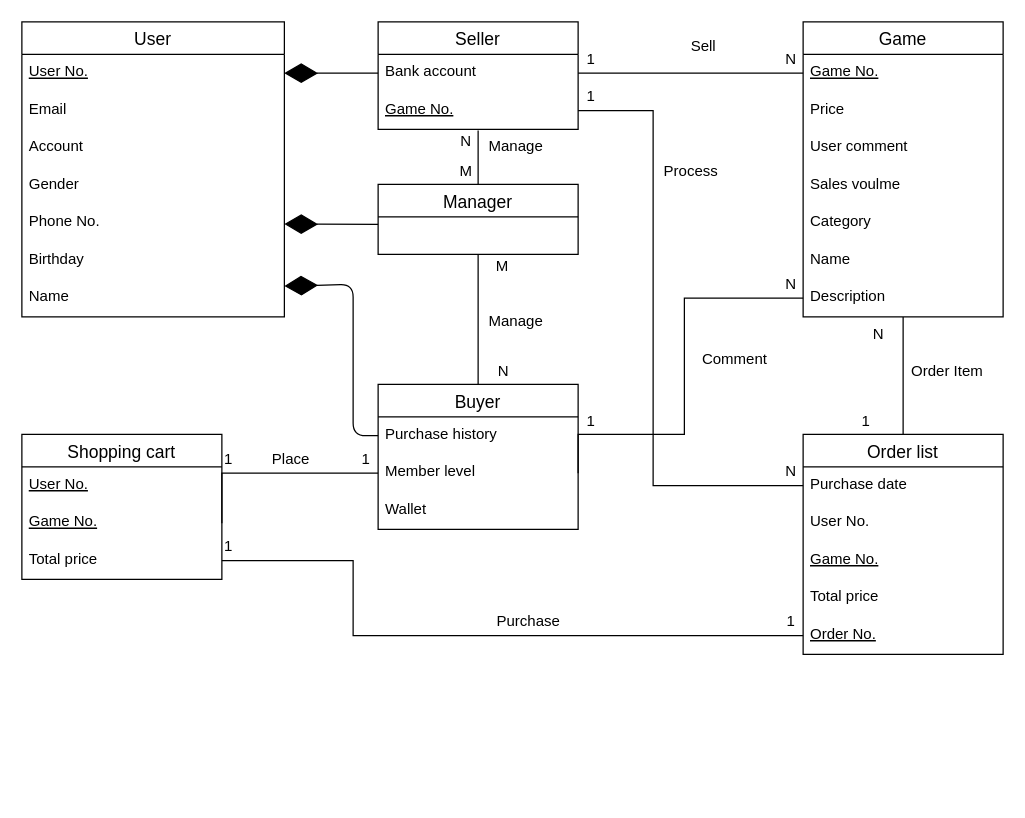
Above: page "Database Schema" (3 of 3) of DBMS.drawio in 13urgerKing/109-1DBMS (draw.io), before the change. Source tidied: cells renumbered, new cells numbered last; positions are measured from the earlier drawing's top-left corner, leaving out a move shared by most shapes. Both pictures are drawn from the tidied source at 125%, with x=0, y=0 at pixel (21, 21).
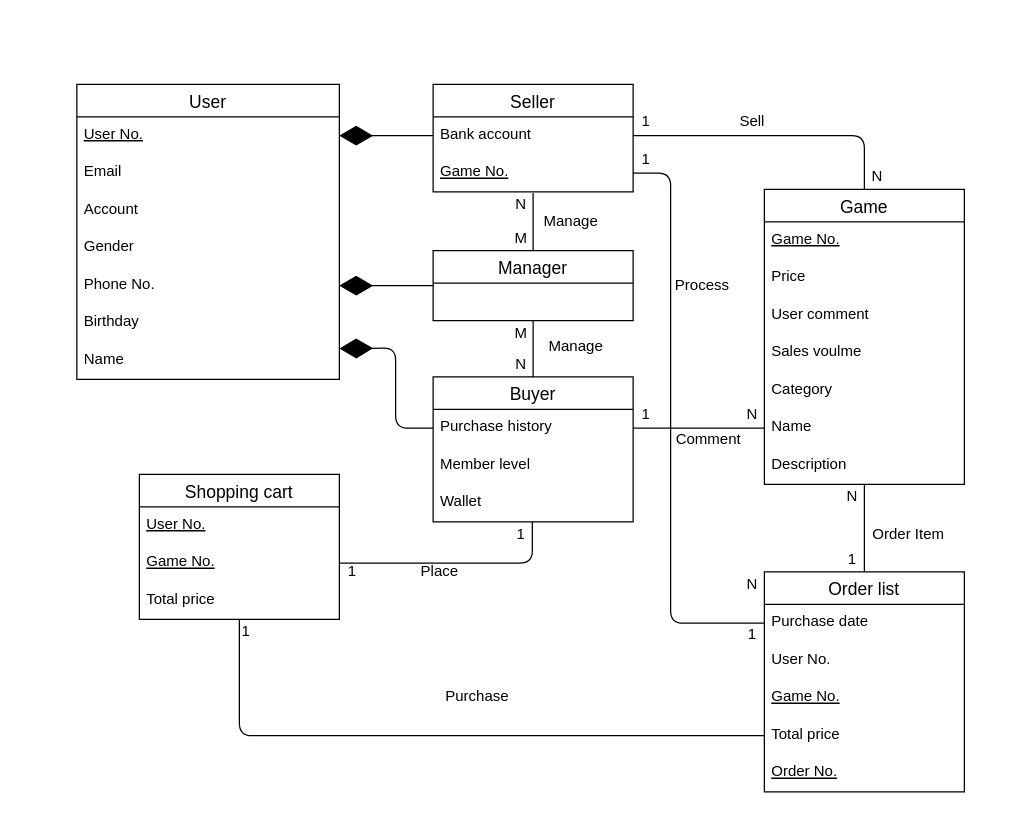
The same page after the edit.

Unchanged cells that the change refers to:
```xml
<mxCell id="7" value="Phone No." style="text;strokeColor=none;fillColor=none;spacingLeft=4;spacingRight=4;overflow=hidden;points=[[0,0.5],[1,0.5]];portConstraint=eastwest;fontSize=12;" parent="2" vertex="1">
  <mxGeometry y="146" width="210" height="30" as="geometry" />
</mxCell>
<mxCell id="14" value="Purchase history" style="text;strokeColor=none;fillColor=none;spacingLeft=4;spacingRight=4;overflow=hidden;points=[[0,0.5],[1,0.5]];portConstraint=eastwest;fontSize=12;" parent="13" vertex="1">
  <mxGeometry y="26" width="160" height="30" as="geometry" />
</mxCell>
<mxCell id="15" value="Member level" style="text;strokeColor=none;fillColor=none;spacingLeft=4;spacingRight=4;overflow=hidden;points=[[0,0.5],[1,0.5]];portConstraint=eastwest;fontSize=12;" parent="13" vertex="1">
  <mxGeometry y="56" width="160" height="30" as="geometry" />
</mxCell>
<mxCell id="16" value="Wallet" style="text;strokeColor=none;fillColor=none;spacingLeft=4;spacingRight=4;overflow=hidden;points=[[0,0.5],[1,0.5]];portConstraint=eastwest;fontSize=12;" parent="13" vertex="1">
  <mxGeometry y="86" width="160" height="30" as="geometry" />
</mxCell>
<mxCell id="20" value="Total price" style="text;strokeColor=none;fillColor=none;spacingLeft=4;spacingRight=4;overflow=hidden;points=[[0,0.5],[1,0.5]];portConstraint=eastwest;fontSize=12;" parent="17" vertex="1">
  <mxGeometry y="86" width="160" height="30" as="geometry" />
</mxCell>
<mxCell id="23" value="Purchase date" style="text;strokeColor=none;fillColor=none;spacingLeft=4;spacingRight=4;overflow=hidden;points=[[0,0.5],[1,0.5]];portConstraint=eastwest;fontSize=12;" parent="22" vertex="1">
  <mxGeometry y="26" width="160" height="30" as="geometry" />
</mxCell>
<mxCell id="26" value="Total price" style="text;strokeColor=none;fillColor=none;spacingLeft=4;spacingRight=4;overflow=hidden;points=[[0,0.5],[1,0.5]];portConstraint=eastwest;fontSize=12;" parent="22" vertex="1">
  <mxGeometry y="116" width="160" height="30" as="geometry" />
</mxCell>
<mxCell id="27" value="Order No." style="text;strokeColor=none;fillColor=none;spacingLeft=4;spacingRight=4;overflow=hidden;points=[[0,0.5],[1,0.5]];portConstraint=eastwest;fontSize=12;fontStyle=4;" parent="22" vertex="1">
  <mxGeometry y="146" width="160" height="30" as="geometry" />
</mxCell>
<mxCell id="29" value="Game No." style="text;strokeColor=none;fillColor=none;spacingLeft=4;spacingRight=4;overflow=hidden;points=[[0,0.5],[1,0.5]];portConstraint=eastwest;fontSize=12;fontStyle=4;" parent="28" vertex="1">
  <mxGeometry y="26" width="160" height="30" as="geometry" />
</mxCell>
<mxCell id="34" value="Name" style="text;strokeColor=none;fillColor=none;spacingLeft=4;spacingRight=4;overflow=hidden;points=[[0,0.5],[1,0.5]];portConstraint=eastwest;fontSize=12;" parent="28" vertex="1">
  <mxGeometry y="176" width="160" height="30" as="geometry" />
</mxCell>
<mxCell id="35" value="Description" style="text;strokeColor=none;fillColor=none;spacingLeft=4;spacingRight=4;overflow=hidden;points=[[0,0.5],[1,0.5]];portConstraint=eastwest;fontSize=12;" parent="28" vertex="1">
  <mxGeometry y="206" width="160" height="30" as="geometry" />
</mxCell>
<mxCell id="37" value="Bank account" style="text;strokeColor=none;fillColor=none;spacingLeft=4;spacingRight=4;overflow=hidden;points=[[0,0.5],[1,0.5]];portConstraint=eastwest;fontSize=12;" parent="36" vertex="1">
  <mxGeometry y="26" width="160" height="30" as="geometry" />
</mxCell>
```

Diff of the diagram source:
```diff
@@
     <mxCell id="2" value="User" style="swimlane;fontStyle=0;horizontal=1;startSize=26;align=center;fontSize=14;" parent="1" vertex="1">
-      <mxGeometry width="210" height="236" as="geometry" />
+      <mxGeometry x="44" y="50" width="210" height="236" as="geometry" />
     </mxCell>
@@
-    <mxCell id="10" style="edgeStyle=orthogonalEdgeStyle;rounded=0;jettySize=auto;html=1;exitX=0.5;exitY=0;exitDx=0;exitDy=0;entryX=0.5;entryY=1.033;entryDx=0;entryDy=0;entryPerimeter=0;endArrow=none;endFill=0;strokeWidth=1;" parent="1" edge="1" source="12" target="38">
-      <mxGeometry relative="1" as="geometry" />
-    </mxCell>
-    <mxCell id="11" style="edgeStyle=orthogonalEdgeStyle;rounded=0;jettySize=auto;html=1;exitX=0.5;exitY=1;exitDx=0;exitDy=0;endArrow=none;endFill=0;strokeWidth=1;" parent="1" edge="1" source="12" target="13">
-      <mxGeometry relative="1" as="geometry" />
-    </mxCell>
+    <mxCell id="71" style="edgeStyle=orthogonalEdgeStyle;rounded=0;jettySize=auto;html=1;exitX=0.5;exitY=0;exitDx=0;exitDy=0;entryX=0.5;entryY=1.033;entryDx=0;entryDy=0;entryPerimeter=0;endArrow=none;endFill=0;strokeWidth=1;" parent="1" edge="1" source="12" target="74">
+      <mxGeometry relative="1" as="geometry" />
+    </mxCell>
     <mxCell id="12" value="Manager" style="swimlane;fontStyle=0;horizontal=1;startSize=26;align=center;fontSize=14;" parent="1" vertex="1">
-      <mxGeometry x="285" y="130" width="160" height="56" as="geometry" />
+      <mxGeometry x="329" y="183" width="160" height="56" as="geometry" />
     </mxCell>
+    <mxCell id="72" style="edgeStyle=orthogonalEdgeStyle;rounded=0;jettySize=auto;html=1;exitX=0.5;exitY=0;exitDx=0;exitDy=0;entryX=0.5;entryY=1;entryDx=0;entryDy=0;endArrow=none;endFill=0;" parent="1" edge="1" source="13" target="12">
+      <mxGeometry relative="1" as="geometry" />
+    </mxCell>
     <mxCell id="13" value="Buyer" style="swimlane;fontStyle=0;horizontal=1;startSize=26;align=center;fontSize=14;" parent="1" vertex="1">
-      <mxGeometry x="285" y="290" width="160" height="116" as="geometry" />
+      <mxGeometry x="329" y="284" width="160" height="116" as="geometry" />
     </mxCell>
@@
     <mxCell id="17" value="Shopping cart" style="swimlane;fontStyle=0;horizontal=1;startSize=26;align=center;fontSize=14;" parent="1" vertex="1">
-      <mxGeometry y="330" width="160" height="116" as="geometry" />
+      <mxGeometry x="94" y="362" width="160" height="116" as="geometry" />
     </mxCell>
@@
-    <mxCell id="19" value="Game No." style="text;strokeColor=none;fillColor=none;spacingLeft=4;spacingRight=4;overflow=hidden;points=[[0,0.5],[1,0.5]];portConstraint=eastwest;fontSize=12;fontStyle=4;" parent="17" vertex="1">
-      <mxGeometry y="56" width="160" height="30" as="geometry" />
-    </mxCell>
+    <mxCell id="73" value="Game No." style="text;strokeColor=none;fillColor=none;spacingLeft=4;spacingRight=4;overflow=hidden;points=[[0,0.5],[1,0.5]];portConstraint=eastwest;fontSize=12;fontStyle=4;" parent="17" vertex="1">
+      <mxGeometry y="56" width="160" height="30" as="geometry" />
+    </mxCell>
@@
     <mxCell id="22" value="Order list" style="swimlane;fontStyle=0;horizontal=1;startSize=26;align=center;fontSize=14;" parent="1" vertex="1">
-      <mxGeometry x="625" y="330" width="160" height="176" as="geometry" />
+      <mxGeometry x="594" y="440" width="160" height="176" as="geometry" />
     </mxCell>
@@
     <mxCell id="28" value="Game" style="swimlane;fontStyle=0;horizontal=1;startSize=26;align=center;fontSize=14;" parent="1" vertex="1">
-      <mxGeometry x="625" width="160" height="236" as="geometry" />
+      <mxGeometry x="594" y="134" width="160" height="236" as="geometry" />
     </mxCell>
@@
     <mxCell id="36" value="Seller" style="swimlane;fontStyle=0;horizontal=1;startSize=26;align=center;fontSize=14;" parent="1" vertex="1">
-      <mxGeometry x="285" width="160" height="86" as="geometry" />
+      <mxGeometry x="329" y="50" width="160" height="86" as="geometry" />
     </mxCell>
@@
-    <mxCell id="38" value="Game No." style="text;strokeColor=none;fillColor=none;spacingLeft=4;spacingRight=4;overflow=hidden;points=[[0,0.5],[1,0.5]];portConstraint=eastwest;fontSize=12;fontStyle=4;" parent="36" vertex="1">
-      <mxGeometry y="56" width="160" height="30" as="geometry" />
-    </mxCell>
+    <mxCell id="74" value="Game No." style="text;strokeColor=none;fillColor=none;spacingLeft=4;spacingRight=4;overflow=hidden;points=[[0,0.5],[1,0.5]];portConstraint=eastwest;fontSize=12;fontStyle=4;" parent="36" vertex="1">
+      <mxGeometry y="56" width="160" height="30" as="geometry" />
+    </mxCell>
     <mxCell id="39" value="Sell" style="text;html=1;align=center;verticalAlign=middle;" parent="1" vertex="1">
-      <mxGeometry x="525" y="10" width="40" height="20" as="geometry" />
+      <mxGeometry x="564" y="70" width="40" height="20" as="geometry" />
     </mxCell>
-    <mxCell id="40" style="edgeStyle=orthogonalEdgeStyle;rounded=0;jettySize=auto;html=1;exitX=1;exitY=0.5;exitDx=0;exitDy=0;entryX=0;entryY=0.5;entryDx=0;entryDy=0;endArrow=none;endFill=0;strokeWidth=1;" parent="1" edge="1" source="19" target="15">
-      <mxGeometry relative="1" as="geometry">
-        <Array as="points">
-          <mxPoint x="160" y="361" />
-        </Array>
-      </mxGeometry>
-    </mxCell>
-    <mxCell id="41" style="edgeStyle=orthogonalEdgeStyle;rounded=0;jettySize=auto;html=1;exitX=1;exitY=0.5;exitDx=0;exitDy=0;entryX=0;entryY=0.5;entryDx=0;entryDy=0;endArrow=none;endFill=0;strokeWidth=1;" parent="1" edge="1" source="15" target="35">
-      <mxGeometry relative="1" as="geometry">
-        <Array as="points">
-          <mxPoint x="445" y="330" />
-          <mxPoint x="530" y="330" />
-          <mxPoint x="530" y="221" />
-        </Array>
-      </mxGeometry>
-    </mxCell>
-    <mxCell id="42" style="edgeStyle=orthogonalEdgeStyle;rounded=0;jettySize=auto;html=1;exitX=1;exitY=0.5;exitDx=0;exitDy=0;entryX=0;entryY=0.5;entryDx=0;entryDy=0;endArrow=none;endFill=0;strokeWidth=1;" parent="1" edge="1" source="37" target="29">
-      <mxGeometry relative="1" as="geometry" />
-    </mxCell>
-    <mxCell id="43" style="edgeStyle=orthogonalEdgeStyle;rounded=0;jettySize=auto;html=1;exitX=1;exitY=0.5;exitDx=0;exitDy=0;endArrow=none;endFill=0;strokeWidth=1;" parent="1" edge="1" source="38" target="23">
-      <mxGeometry relative="1" as="geometry">
-        <Array as="points">
-          <mxPoint x="505" y="71" />
-          <mxPoint x="505" y="371" />
-        </Array>
-      </mxGeometry>
-    </mxCell>
-    <mxCell id="44" style="edgeStyle=orthogonalEdgeStyle;rounded=0;jettySize=auto;html=1;exitX=1;exitY=0.5;exitDx=0;exitDy=0;entryX=0;entryY=0.5;entryDx=0;entryDy=0;endArrow=none;endFill=0;strokeWidth=1;" parent="1" edge="1" source="20" target="27">
-      <mxGeometry relative="1" as="geometry">
-        <Array as="points">
-          <mxPoint x="265" y="431" />
-          <mxPoint x="265" y="491" />
-        </Array>
-      </mxGeometry>
-    </mxCell>
+    <mxCell id="75" style="edgeStyle=orthogonalEdgeStyle;rounded=1;jettySize=auto;html=1;endArrow=none;endFill=0;strokeWidth=1;exitX=1;exitY=0.5;exitDx=0;exitDy=0;entryX=0;entryY=0.5;entryDx=0;entryDy=0;" parent="1" edge="1" source="14" target="34">
+      <mxGeometry relative="1" as="geometry">
+        <Array as="points">
+          <mxPoint x="539" y="325" />
+          <mxPoint x="539" y="325" />
+        </Array>
+      </mxGeometry>
+    </mxCell>
+    <mxCell id="76" style="edgeStyle=orthogonalEdgeStyle;rounded=1;jettySize=auto;html=1;exitX=1;exitY=0.5;exitDx=0;exitDy=0;entryX=0.5;entryY=0;entryDx=0;entryDy=0;endArrow=none;endFill=0;strokeWidth=1;" parent="1" edge="1" source="37" target="28">
+      <mxGeometry relative="1" as="geometry" />
+    </mxCell>
+    <mxCell id="77" style="edgeStyle=orthogonalEdgeStyle;rounded=1;jettySize=auto;html=1;exitX=1;exitY=0.5;exitDx=0;exitDy=0;endArrow=none;endFill=0;strokeWidth=1;" parent="1" edge="1" source="74" target="23">
+      <mxGeometry relative="1" as="geometry">
+        <Array as="points">
+          <mxPoint x="519" y="121" />
+          <mxPoint x="519" y="481" />
+        </Array>
+      </mxGeometry>
+    </mxCell>
@@
-    <mxCell id="46" style="endArrow=diamondThin;endFill=1;endSize=24;html=1;exitX=0;exitY=0.5;exitDx=0;exitDy=0;" parent="1" edge="1" source="14">
-      <mxGeometry relative="1" as="geometry">
-        <mxPoint x="210" y="211.4" as="targetPoint" />
-        <Array as="points">
-          <mxPoint x="265" y="331" />
-          <mxPoint x="265" y="270" />
-          <mxPoint x="265" y="210" />
-        </Array>
-      </mxGeometry>
-    </mxCell>
-    <mxCell id="47" value="1" style="text;html=1;align=center;verticalAlign=middle;" parent="1" vertex="1">
-      <mxGeometry x="445" y="20" width="20" height="20" as="geometry" />
-    </mxCell>
-    <mxCell id="48" value="N" style="text;html=1;align=center;verticalAlign=middle;" parent="1" vertex="1">
-      <mxGeometry x="605" y="20" width="20" height="20" as="geometry" />
-    </mxCell>
-    <mxCell id="49" value="1" style="text;html=1;align=center;verticalAlign=middle;" parent="1" vertex="1">
-      <mxGeometry x="445" y="50" width="20" height="20" as="geometry" />
-    </mxCell>
-    <mxCell id="50" value="N" style="text;html=1;align=center;verticalAlign=middle;" parent="1" vertex="1">
-      <mxGeometry x="605" y="350" width="20" height="20" as="geometry" />
-    </mxCell>
+    <mxCell id="78" style="endArrow=diamondThin;endFill=1;endSize=24;html=1;exitX=0;exitY=0.5;exitDx=0;exitDy=0;" parent="1" edge="1" source="14">
+      <mxGeometry relative="1" as="geometry">
+        <mxPoint x="254" y="261.4" as="targetPoint" />
+        <Array as="points">
+          <mxPoint x="299" y="325" />
+          <mxPoint x="299" y="290" />
+          <mxPoint x="299" y="261" />
+        </Array>
+      </mxGeometry>
+    </mxCell>
+    <mxCell id="79" value="1" style="text;html=1;align=center;verticalAlign=middle;" parent="1" vertex="1">
+      <mxGeometry x="489" y="70" width="20" height="20" as="geometry" />
+    </mxCell>
+    <mxCell id="80" value="N" style="text;html=1;align=center;verticalAlign=middle;" parent="1" vertex="1">
+      <mxGeometry x="674" y="114" width="20" height="20" as="geometry" />
+    </mxCell>
+    <mxCell id="81" value="1" style="text;html=1;align=center;verticalAlign=middle;" parent="1" vertex="1">
+      <mxGeometry x="489" y="100" width="20" height="20" as="geometry" />
+    </mxCell>
+    <mxCell id="82" value="N" style="text;html=1;align=center;verticalAlign=middle;" parent="1" vertex="1">
+      <mxGeometry x="574" y="440" width="20" height="20" as="geometry" />
+    </mxCell>
     <mxCell id="51" value="Process" style="text;html=1;align=center;verticalAlign=middle;" parent="1" vertex="1">
-      <mxGeometry x="505" y="110" width="60" height="20" as="geometry" />
+      <mxGeometry x="514" y="201" width="60" height="20" as="geometry" />
     </mxCell>
-    <mxCell id="52" value="Manage" style="text;html=1;align=center;verticalAlign=middle;" parent="1" vertex="1">
-      <mxGeometry x="365" y="90" width="60" height="20" as="geometry" />
-    </mxCell>
-    <mxCell id="53" value="Manage" style="text;html=1;align=center;verticalAlign=middle;" parent="1" vertex="1">
-      <mxGeometry x="365" y="230" width="60" height="20" as="geometry" />
-    </mxCell>
-    <mxCell id="54" value="M" style="text;html=1;align=center;verticalAlign=middle;" parent="1" vertex="1">
-      <mxGeometry x="369" y="186" width="30" height="20" as="geometry" />
-    </mxCell>
-    <mxCell id="55" value="N" style="text;html=1;align=center;verticalAlign=middle;" parent="1" vertex="1">
-      <mxGeometry x="375" y="270" width="20" height="20" as="geometry" />
-    </mxCell>
-    <mxCell id="56" style="endArrow=diamondThin;endFill=1;endSize=24;html=1;" parent="1" edge="1">
-      <mxGeometry relative="1" as="geometry">
-        <mxPoint x="285" y="162" as="sourcePoint" />
-        <mxPoint x="210" y="161.7" as="targetPoint" />
-      </mxGeometry>
-    </mxCell>
-    <mxCell id="57" value="M" style="text;html=1;align=center;verticalAlign=middle;" parent="1" vertex="1">
-      <mxGeometry x="340" y="110" width="30" height="20" as="geometry" />
-    </mxCell>
-    <mxCell id="58" value="N" style="text;html=1;align=center;verticalAlign=middle;" parent="1" vertex="1">
-      <mxGeometry x="345" y="86" width="20" height="20" as="geometry" />
-    </mxCell>
+    <mxCell id="83" value="Manage" style="text;html=1;align=center;verticalAlign=middle;" parent="1" vertex="1">
+      <mxGeometry x="409" y="150" width="60" height="20" as="geometry" />
+    </mxCell>
+    <mxCell id="84" value="Manage" style="text;html=1;align=center;verticalAlign=middle;" parent="1" vertex="1">
+      <mxGeometry x="413" y="250" width="60" height="20" as="geometry" />
+    </mxCell>
+    <mxCell id="85" value="N" style="text;html=1;align=center;verticalAlign=middle;" parent="1" vertex="1">
+      <mxGeometry x="389" y="264" width="20" height="20" as="geometry" />
+    </mxCell>
+    <mxCell id="86" style="endArrow=diamondThin;endFill=1;endSize=24;html=1;entryX=1;entryY=0.5;entryDx=0;entryDy=0;exitX=0;exitY=0.5;exitDx=0;exitDy=0;" parent="1" edge="1" source="12" target="7">
+      <mxGeometry relative="1" as="geometry" />
+    </mxCell>
+    <mxCell id="87" value="M" style="text;html=1;align=center;verticalAlign=middle;" parent="1" vertex="1">
+      <mxGeometry x="384" y="163" width="30" height="20" as="geometry" />
+    </mxCell>
+    <mxCell id="88" value="N" style="text;html=1;align=center;verticalAlign=middle;" parent="1" vertex="1">
+      <mxGeometry x="389" y="136" width="20" height="20" as="geometry" />
+    </mxCell>
     <mxCell id="59" value="Place" style="text;html=1;align=center;verticalAlign=middle;" parent="1" vertex="1">
-      <mxGeometry x="190" y="340" width="50" height="20" as="geometry" />
+      <mxGeometry x="309" y="430" width="50" height="20" as="geometry" />
     </mxCell>
-    <mxCell id="60" value="1" style="text;html=1;align=center;verticalAlign=middle;" parent="1" vertex="1">
-      <mxGeometry x="265" y="340" width="20" height="20" as="geometry" />
-    </mxCell>
-    <mxCell id="61" value="1" style="text;html=1;align=center;verticalAlign=middle;" parent="1" vertex="1">
-      <mxGeometry x="155" y="340" width="20" height="20" as="geometry" />
-    </mxCell>
+    <mxCell id="89" value="1" style="text;html=1;align=center;verticalAlign=middle;" parent="1" vertex="1">
+      <mxGeometry x="389" y="400" width="20" height="20" as="geometry" />
+    </mxCell>
+    <mxCell id="90" value="1" style="text;html=1;align=center;verticalAlign=middle;" parent="1" vertex="1">
+      <mxGeometry x="254" y="430" width="20" height="20" as="geometry" />
+    </mxCell>
     <mxCell id="62" value="Comment" style="text;html=1;align=center;verticalAlign=middle;" parent="1" vertex="1">
-      <mxGeometry x="535" y="260" width="70" height="20" as="geometry" />
+      <mxGeometry x="514" y="324" width="70" height="20" as="geometry" />
     </mxCell>
-    <mxCell id="63" value="1" style="text;html=1;align=center;verticalAlign=middle;" parent="1" vertex="1">
-      <mxGeometry x="445" y="310" width="20" height="20" as="geometry" />
-    </mxCell>
-    <mxCell id="64" value="N" style="text;html=1;align=center;verticalAlign=middle;" parent="1" vertex="1">
-      <mxGeometry x="605" y="200" width="20" height="20" as="geometry" />
-    </mxCell>
+    <mxCell id="91" value="1" style="text;html=1;align=center;verticalAlign=middle;" parent="1" vertex="1">
+      <mxGeometry x="489" y="304" width="20" height="20" as="geometry" />
+    </mxCell>
+    <mxCell id="92" value="N" style="text;html=1;align=center;verticalAlign=middle;" parent="1" vertex="1">
+      <mxGeometry x="574" y="304" width="20" height="20" as="geometry" />
+    </mxCell>
     <mxCell id="65" value="Purchase" style="text;html=1;align=center;verticalAlign=middle;" parent="1" vertex="1">
-      <mxGeometry x="370" y="470" width="70" height="20" as="geometry" />
+      <mxGeometry x="329" y="530" width="70" height="20" as="geometry" />
     </mxCell>
-    <mxCell id="66" value="1" style="text;html=1;align=center;verticalAlign=middle;" parent="1" vertex="1">
-      <mxGeometry x="155" y="410" width="20" height="20" as="geometry" />
-    </mxCell>
-    <mxCell id="67" value="1" style="text;html=1;align=center;verticalAlign=middle;" parent="1" vertex="1">
-      <mxGeometry x="605" y="470" width="20" height="20" as="geometry" />
-    </mxCell>
+    <mxCell id="93" value="1" style="text;html=1;align=center;verticalAlign=middle;" parent="1" vertex="1">
+      <mxGeometry x="169" y="478" width="20" height="20" as="geometry" />
+    </mxCell>
+    <mxCell id="94" value="1" style="text;html=1;align=center;verticalAlign=middle;" parent="1" vertex="1">
+      <mxGeometry x="574" y="480" width="20" height="20" as="geometry" />
+    </mxCell>
     <mxCell id="68" value="Order Item" style="text;html=1;align=center;verticalAlign=middle;" parent="1" vertex="1">
-      <mxGeometry x="705" y="270" width="70" height="20" as="geometry" />
+      <mxGeometry x="674" y="400" width="70" height="20" as="geometry" />
     </mxCell>
-    <mxCell id="69" value="1" style="text;html=1;align=center;verticalAlign=middle;" parent="1" vertex="1">
-      <mxGeometry x="665" y="310" width="20" height="20" as="geometry" />
-    </mxCell>
-    <mxCell id="70" value="N" style="text;html=1;align=center;verticalAlign=middle;" parent="1" vertex="1">
-      <mxGeometry x="675" y="240" width="20" height="20" as="geometry" />
-    </mxCell>
+    <mxCell id="95" value="1" style="text;html=1;align=center;verticalAlign=middle;" parent="1" vertex="1">
+      <mxGeometry x="654" y="420" width="20" height="20" as="geometry" />
+    </mxCell>
+    <mxCell id="96" value="N" style="text;html=1;align=center;verticalAlign=middle;" parent="1" vertex="1">
+      <mxGeometry x="654" y="370" width="20" height="20" as="geometry" />
+    </mxCell>
+    <mxCell id="97" value="M" style="text;html=1;align=center;verticalAlign=middle;" parent="1" vertex="1">
+      <mxGeometry x="384" y="239" width="30" height="20" as="geometry" />
+    </mxCell>
+    <mxCell id="98" style="edgeStyle=orthogonalEdgeStyle;rounded=1;jettySize=auto;html=1;entryX=1;entryY=0.5;entryDx=0;entryDy=0;endArrow=none;endFill=0;exitX=0.496;exitY=0.996;exitDx=0;exitDy=0;exitPerimeter=0;" parent="1" edge="1" source="16" target="73">
+      <mxGeometry relative="1" as="geometry">
+        <Array as="points">
+          <mxPoint x="408" y="433" />
+        </Array>
+      </mxGeometry>
+    </mxCell>
+    <mxCell id="99" style="edgeStyle=orthogonalEdgeStyle;rounded=1;jettySize=auto;html=1;exitX=0.5;exitY=1;exitDx=0;exitDy=0;entryX=0;entryY=0.5;entryDx=0;entryDy=0;endArrow=none;endFill=0;" parent="1" edge="1" source="17" target="26">
+      <mxGeometry relative="1" as="geometry">
+        <Array as="points">
+          <mxPoint x="174" y="571" />
+        </Array>
+      </mxGeometry>
+    </mxCell>
```
